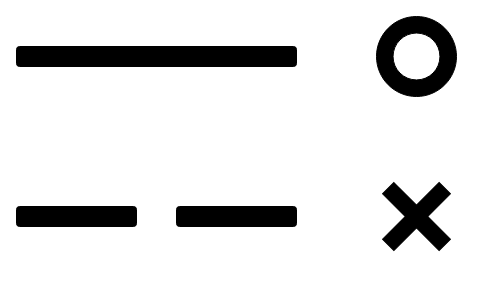
Before: liuyao.drawio in crazyStrome/myPhote, a draw.io diagram. Source tidied: cells renumbered, new cells numbered last; positions are measured from the earlier drawing's top-left corner, leaving out a move shared by most shapes. Both pictures are drawn from the tidied source at 100%, with x=0, y=0 at pixel (16, 16).
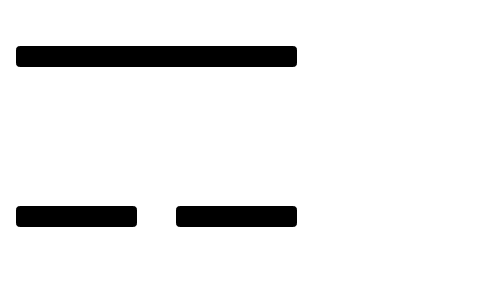
The same diagram, later.

What changed in the source:
```diff
@@
 <mxGraphModel>
   <root>
     <mxCell id="0" />
     <mxCell id="1" parent="0" />
     <mxCell id="2" style="rounded=1;whiteSpace=wrap;html=1;gradientColor=none;fillColor=#000000;" parent="1" vertex="1">
       <mxGeometry y="190" width="120" height="20" as="geometry" />
     </mxCell>
     <mxCell id="3" style="rounded=1;whiteSpace=wrap;html=1;gradientColor=none;fillColor=#000000;" parent="1" vertex="1">
       <mxGeometry x="160" y="190" width="120" height="20" as="geometry" />
     </mxCell>
     <mxCell id="4" style="rounded=1;whiteSpace=wrap;html=1;gradientColor=none;fillColor=#000000;" parent="1" vertex="1">
       <mxGeometry y="30" width="280" height="20" as="geometry" />
     </mxCell>
-    <mxCell id="5" style="shape=cross;whiteSpace=wrap;html=1;rotation=45;strokeColor=#000000;fillColor=#000000;" parent="1" vertex="1">
+    <mxCell id="5" style="shape=cross;whiteSpace=wrap;html=1;rotation=45;strokeColor=none;fillColor=none;" parent="1" vertex="1">
       <mxGeometry x="360" y="160" width="80" height="80" as="geometry" />
     </mxCell>
-    <mxCell id="6" style="verticalLabelPosition=bottom;verticalAlign=top;html=1;shape=mxgraph.basic.donut;dx=16.56;fillColor=#000000;" parent="1" vertex="1">
+    <mxCell id="6" style="verticalLabelPosition=bottom;verticalAlign=top;html=1;shape=mxgraph.basic.donut;dx=16.56;fillColor=none;strokeColor=none;" parent="1" vertex="1">
       <mxGeometry x="360" width="80" height="80" as="geometry" />
     </mxCell>
   </root>
 </mxGraphModel>
```
